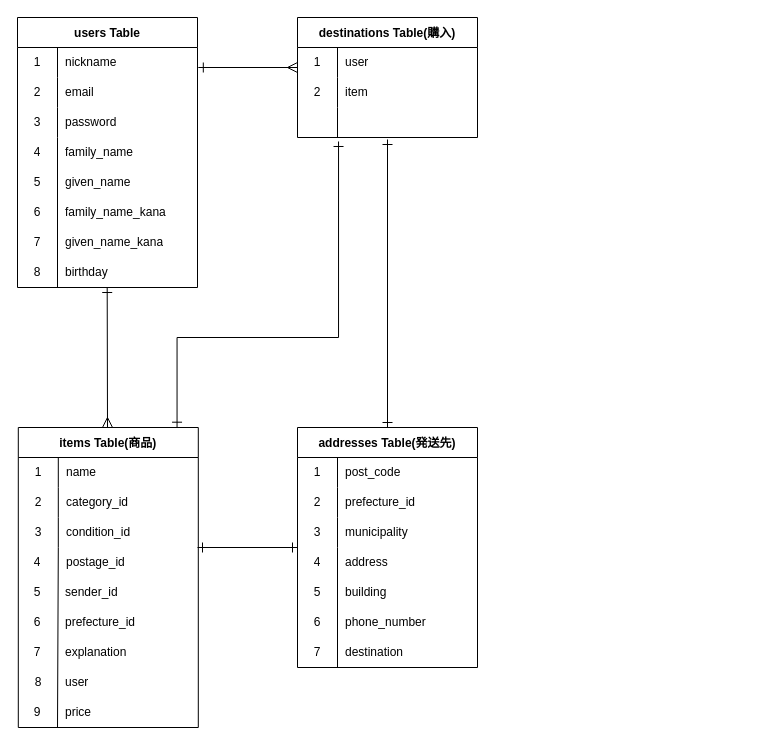
The draw.io diagram ER図.dio in htn9sys/furima-39212, before the edit. Source tidied: cells renumbered, new cells numbered last; positions are measured from the earlier drawing's top-left corner, leaving out a move shared by most shapes. Both pictures are drawn from the tidied source at 100%, with x=0, y=0 at pixel (17, 17).
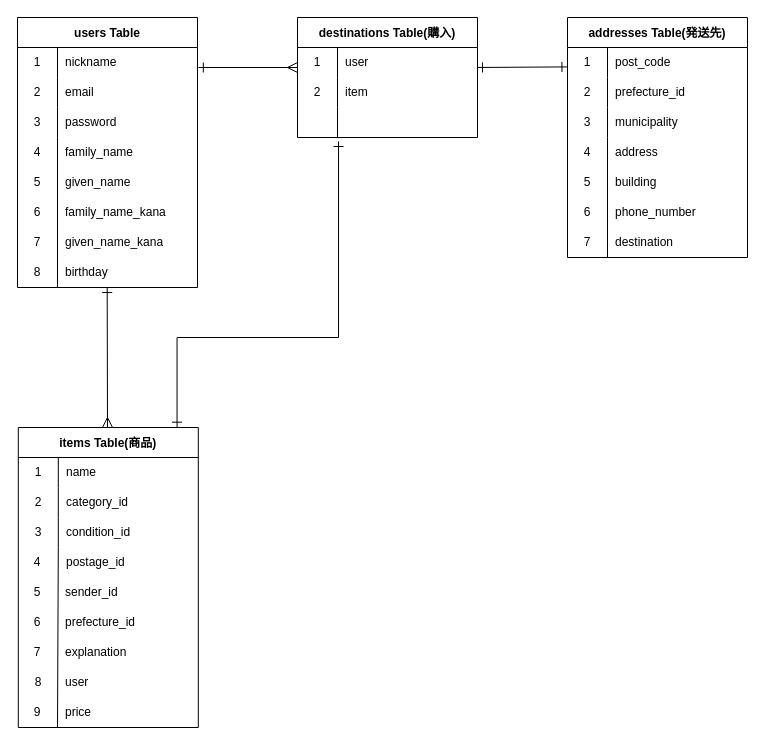
The same diagram, later.

The change refers to these unchanged cells:
```xml
<mxCell id="24" style="shape=tableRow;horizontal=0;startSize=0;swimlaneHead=0;swimlaneBody=0;top=0;left=0;bottom=0;right=0;fillColor=none;points=[[0,0.5],[1,0.5]];portConstraint=eastwest;" parent="23" vertex="1">
  <mxGeometry y="30" width="180" height="30" as="geometry" />
</mxCell>
<mxCell id="34" style="shape=tableRow;horizontal=0;startSize=0;swimlaneHead=0;swimlaneBody=0;top=0;left=0;bottom=0;right=0;fillColor=none;points=[[0,0.5],[1,0.5]];portConstraint=eastwest;" parent="33" vertex="1">
  <mxGeometry y="30" width="180" height="30" as="geometry" />
</mxCell>
<mxCell id="40" style="shape=tableRow;horizontal=0;startSize=0;swimlaneHead=0;swimlaneBody=0;top=0;left=0;bottom=0;right=0;fillColor=none;points=[[0,0.5],[1,0.5]];portConstraint=eastwest;" parent="33" vertex="1">
  <mxGeometry y="90" width="180" height="30" as="geometry" />
</mxCell>
```

Change to the diagram source:
```diff
@@
     <mxCell id="23" value="addresses Table(発送先)" style="shape=table;startSize=30;childLayout=tableLayout;rowLines=0;fontStyle=1;" parent="1" vertex="1">
-      <mxGeometry x="280" y="410" width="180" height="240" as="geometry" />
+      <mxGeometry x="550" width="180" height="240" as="geometry" />
     </mxCell>
@@
     <mxCell id="68" value="address" style="shape=partialRectangle;html=1;whiteSpace=wrap;fillColor=none;top=0;left=0;bottom=0;right=0;align=left;spacingLeft=6;overflow=hidden;" parent="1" vertex="1">
-      <mxGeometry x="320" y="530" width="140" height="30" as="geometry" />
+      <mxGeometry x="590" y="120" width="140" height="30" as="geometry" />
     </mxCell>
     <mxCell id="69" value="building" style="shape=partialRectangle;html=1;whiteSpace=wrap;fillColor=none;top=0;left=0;bottom=0;right=0;align=left;spacingLeft=6;overflow=hidden;" parent="1" vertex="1">
-      <mxGeometry x="320" y="560" width="140" height="30" as="geometry" />
+      <mxGeometry x="590" y="150" width="140" height="30" as="geometry" />
     </mxCell>
     <mxCell id="70" value="phone_number" style="shape=partialRectangle;html=1;whiteSpace=wrap;fillColor=none;top=0;left=0;bottom=0;right=0;align=left;spacingLeft=6;overflow=hidden;" parent="1" vertex="1">
-      <mxGeometry x="320" y="590" width="140" height="30" as="geometry" />
+      <mxGeometry x="590" y="180" width="140" height="30" as="geometry" />
     </mxCell>
     <mxCell id="71" value="4" style="shape=partialRectangle;html=1;whiteSpace=wrap;fillColor=none;top=0;left=0;bottom=0;right=0;overflow=hidden;" parent="1" vertex="1">
-      <mxGeometry x="280" y="530" width="40" height="30" as="geometry" />
+      <mxGeometry x="550" y="120" width="40" height="30" as="geometry" />
     </mxCell>
     <mxCell id="72" value="5" style="shape=partialRectangle;html=1;whiteSpace=wrap;fillColor=none;top=0;left=0;bottom=0;right=0;overflow=hidden;" parent="1" vertex="1">
-      <mxGeometry x="280" y="560" width="40" height="30" as="geometry" />
+      <mxGeometry x="550" y="150" width="40" height="30" as="geometry" />
     </mxCell>
     <mxCell id="73" value="6" style="shape=partialRectangle;html=1;whiteSpace=wrap;fillColor=none;top=0;left=0;bottom=0;right=0;overflow=hidden;" parent="1" vertex="1">
-      <mxGeometry x="280" y="590" width="40" height="30" as="geometry" />
+      <mxGeometry x="550" y="180" width="40" height="30" as="geometry" />
     </mxCell>
     <mxCell id="74" style="endArrow=none;html=1;strokeWidth=1;startSize=8;endSize=8;sourcePerimeterSpacing=7;targetPerimeterSpacing=7;jumpSize=11;" parent="1" edge="1">
       <mxGeometry relative="1" as="geometry">
-        <mxPoint x="320" y="650" as="sourcePoint" />
-        <mxPoint x="320" y="530" as="targetPoint" />
+        <mxPoint x="590" y="240" as="sourcePoint" />
+        <mxPoint x="590" y="120" as="targetPoint" />
       </mxGeometry>
     </mxCell>
-    <mxCell id="75" style="edgeStyle=none;html=1;exitX=1;exitY=0.5;exitDx=0;exitDy=0;entryX=0;entryY=0.5;entryDx=0;entryDy=0;endArrow=ERone;endFill=0;strokeWidth=1;targetPerimeterSpacing=7;endSize=8;startArrow=ERone;startFill=0;sourcePerimeterSpacing=7;startSize=8;" parent="1" edge="1">
-      <mxGeometry relative="1" as="geometry">
-        <mxPoint x="180" y="530" as="sourcePoint" />
-        <mxPoint x="280" y="530" as="targetPoint" />
-      </mxGeometry>
-    </mxCell>
     <mxCell id="76" value="7" style="shape=partialRectangle;html=1;whiteSpace=wrap;fillColor=none;top=0;left=0;bottom=0;right=0;overflow=hidden;" parent="1" vertex="1">
-      <mxGeometry x="280" y="620" width="40" height="30" as="geometry" />
+      <mxGeometry x="550" y="210" width="40" height="30" as="geometry" />
     </mxCell>
-    <mxCell id="77" style="endArrow=ERone;html=1;strokeWidth=1;startSize=8;endSize=8;targetPerimeterSpacing=7;jumpSize=11;endFill=0;startArrow=ERone;startFill=0;sourcePerimeterSpacing=7;entryX=0.5;entryY=0;entryDx=0;entryDy=0;exitX=0.5;exitY=1.067;exitDx=0;exitDy=0;exitPerimeter=0;" parent="1" edge="1" source="40" target="23">
+    <mxCell id="77" style="endArrow=ERone;html=1;strokeWidth=1;startSize=8;endSize=8;targetPerimeterSpacing=7;jumpSize=11;endFill=0;startArrow=ERone;startFill=0;sourcePerimeterSpacing=7;entryX=-0.003;entryY=0.647;entryDx=0;entryDy=0;exitX=1;exitY=0.666;exitDx=0;exitDy=0;exitPerimeter=0;entryPerimeter=0;" parent="1" edge="1" source="34" target="24">
       <mxGeometry relative="1" as="geometry" />
     </mxCell>
     <mxCell id="78" value="destination" style="shape=partialRectangle;html=1;whiteSpace=wrap;fillColor=none;top=0;left=0;bottom=0;right=0;align=left;spacingLeft=6;overflow=hidden;" parent="1" vertex="1">
-      <mxGeometry x="320" y="620" width="140" height="30" as="geometry" />
+      <mxGeometry x="590" y="210" width="140" height="30" as="geometry" />
     </mxCell>
```
